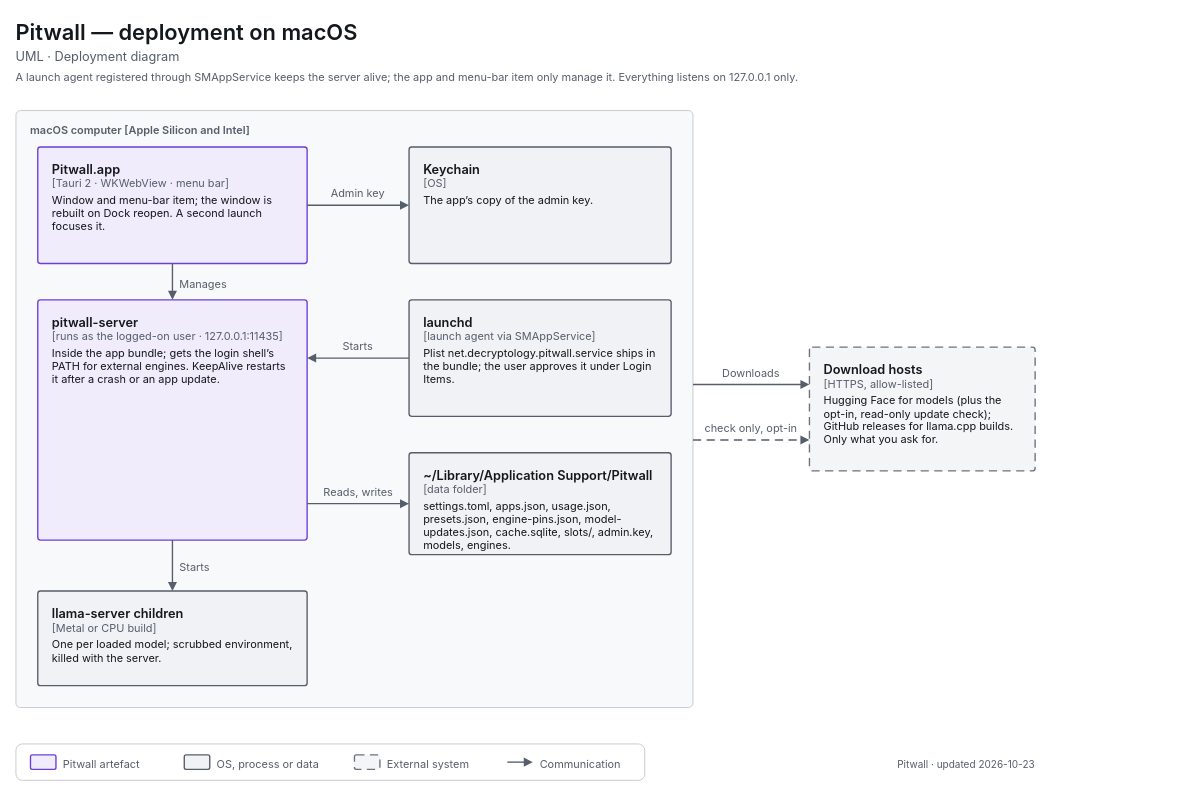
The draw.io diagram apps/pitwall/docs/diagrams/uml-deployment-macos.drawio in decryp7/paddock, before the edit. Source tidied: cells renumbered, new cells numbered last; positions are measured from the earlier drawing's top-left corner, leaving out a move shared by most shapes. Both pictures are drawn from the tidied source at 91%, with x=0, y=0 at pixel (15, 15).
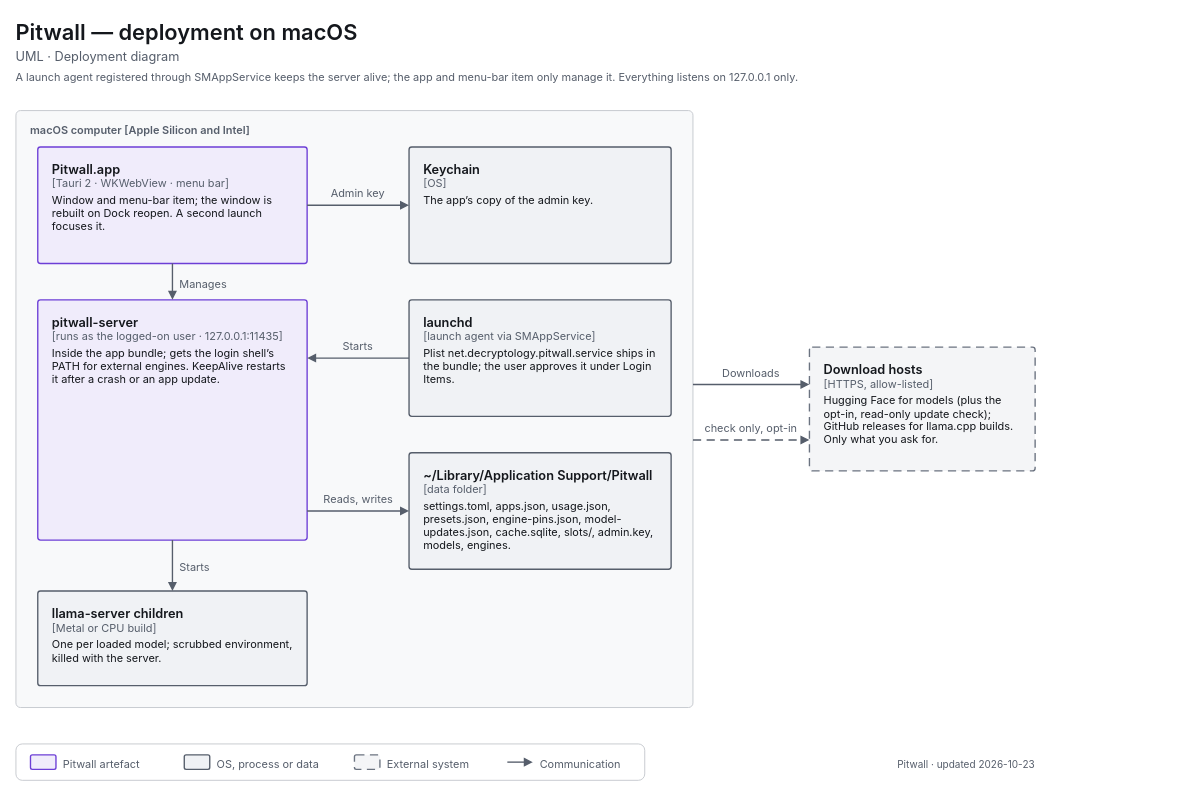
The same page after the edit.

Commit message (it also covers changes not shown here):
docs: overview queue box and deployment data-folder box no longer crowd their text [skip ci]

The change refers to these unchanged cells:
```xml
<mxCell id="8" value="&lt;span style=&quot;font-size:14px;font-weight:600&quot;&gt;pitwall-server&lt;/span&gt;&lt;br&gt;&lt;span style=&quot;font-size:12px;color:light-dark(#565E6B,#A0A7B2)&quot;&gt;[runs as the logged-on user · 127.0.0.1:11435]&lt;/span&gt;&lt;br&gt;&lt;div style=&quot;margin-top:4px;font-size:12px&quot;&gt;Inside the app bundle; gets the login shell’s PATH for external engines. KeepAlive restarts it after a crash or an app update.&lt;/div&gt;" style="html=1;whiteSpace=wrap;fontFamily=-apple-system,BlinkMacSystemFont,Segoe UI,system-ui,sans-serif;fontSize=12;fontColor=light-dark(#14171C,#ECEEF1);rounded=1;absoluteArcSize=1;arcSize=6;strokeWidth=1.5;strokeColor=light-dark(#6D3FD6,#A58BFA);fillColor=light-dark(#F0ECFB,#2C2A3F);align=left;verticalAlign=top;spacingLeft=14;spacingRight=14;spacingTop=10;spacingBottom=8;" parent="1" vertex="1">
  <mxGeometry x="24" y="312" width="296" height="264" as="geometry" />
</mxCell>
```

What changed in the source:
```diff
@@
     <mxCell id="10" value="&lt;span style=&quot;font-size:14px;font-weight:600&quot;&gt;~/Library/Application Support/Pitwall&lt;/span&gt;&lt;br&gt;&lt;span style=&quot;font-size:12px;color:light-dark(#565E6B,#A0A7B2)&quot;&gt;[data folder]&lt;/span&gt;&lt;br&gt;&lt;div style=&quot;margin-top:4px;font-size:12px&quot;&gt;settings.toml, apps.json, usage.json, presets.json, engine-pins.json, model-updates.json, cache.sqlite, slots/, admin.key, models, engines.&lt;/div&gt;" style="html=1;whiteSpace=wrap;fontFamily=-apple-system,BlinkMacSystemFont,Segoe UI,system-ui,sans-serif;fontSize=12;fontColor=light-dark(#14171C,#ECEEF1);rounded=1;absoluteArcSize=1;arcSize=6;strokeWidth=1.5;strokeColor=light-dark(#565E6B,#A0A7B2);fillColor=light-dark(#F0F2F5,#1B1E23);align=left;verticalAlign=top;spacingLeft=14;spacingRight=14;spacingTop=10;spacingBottom=8;" parent="1" vertex="1">
-      <mxGeometry x="432" y="480" width="288" height="112" as="geometry" />
+      <mxGeometry x="432" y="480" width="288" height="128" as="geometry" />
     </mxCell>
@@
-    <mxCell id="19" style="edgeStyle=orthogonalEdgeStyle;rounded=1;arcSize=8;jettySize=auto;html=1;strokeWidth=1.5;strokeColor=light-dark(#565E6B,#A0A7B2);endArrow=block;endFill=1;endSize=6;startArrow=none;startFill=0;startSize=8;exitX=1.0000;exitY=0.8485;exitDx=0;exitDy=0;exitPerimeter=0;entryX=0.0000;entryY=0.5000;entryDx=0;entryDy=0;entryPerimeter=0;" parent="1" edge="1" source="8" target="10">
+    <mxCell id="19" style="edgeStyle=orthogonalEdgeStyle;rounded=1;arcSize=8;jettySize=auto;html=1;strokeWidth=1.5;strokeColor=light-dark(#565E6B,#A0A7B2);endArrow=block;endFill=1;endSize=6;startArrow=none;startFill=0;startSize=8;exitX=1.0000;exitY=0.8788;exitDx=0;exitDy=0;exitPerimeter=0;entryX=0.0000;entryY=0.5000;entryDx=0;entryDy=0;entryPerimeter=0;" parent="1" edge="1" source="8" target="10">
       <mxGeometry relative="1" as="geometry" />
     </mxCell>
     <mxCell id="20" value="&lt;span style=&quot;font-size:12px;font-weight:400&quot;&gt;Reads, writes&lt;/span&gt;" style="html=1;whiteSpace=wrap;fontFamily=-apple-system,BlinkMacSystemFont,Segoe UI,system-ui,sans-serif;fontSize=12;fontColor=light-dark(#14171C,#ECEEF1);text;strokeColor=none;fillColor=none;align=center;verticalAlign=top;spacing=0;fontColor=light-dark(#565E6B,#A0A7B2);" parent="1" vertex="1">
-      <mxGeometry x="329" y="512" width="95" height="18" as="geometry" />
+      <mxGeometry x="329" y="520" width="95" height="18" as="geometry" />
     </mxCell>
```
